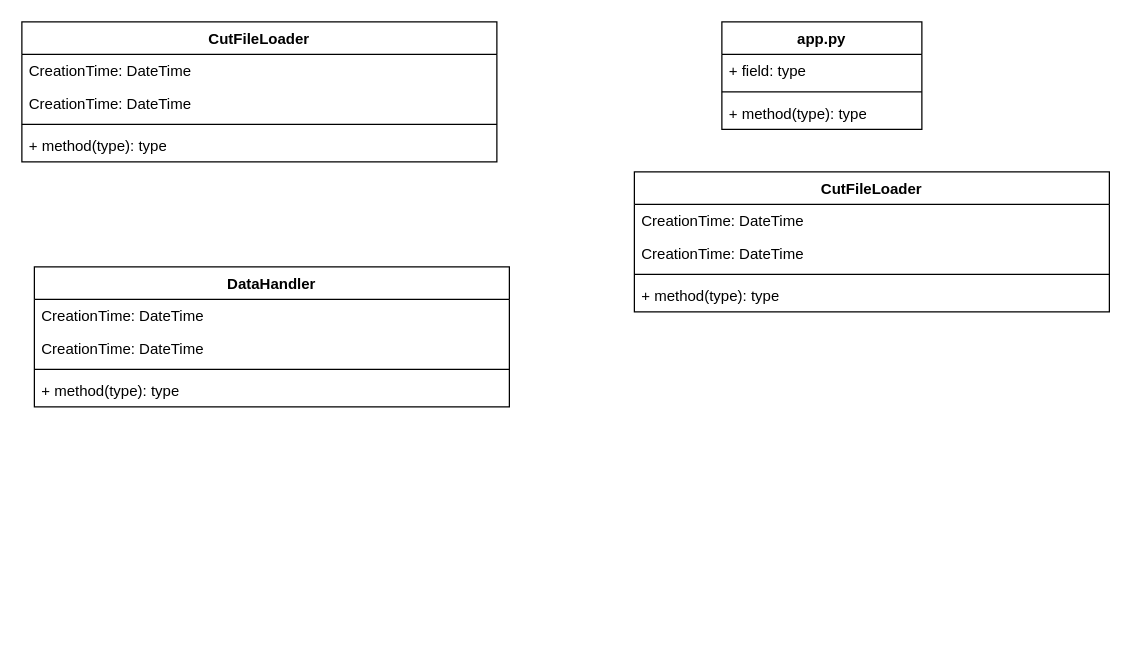
YaolinGe/OD keeps this draw.io diagram as page "TemperatureDashApp" (1 of 2) of design/architecture.drawio. Above is the earlier version. Source tidied: cells renumbered, new cells numbered last; positions are measured from the earlier drawing's top-left corner, leaving out a move shared by most shapes. Both pictures are drawn from the tidied source at 125%, with x=0, y=0 at pixel (21, 21).
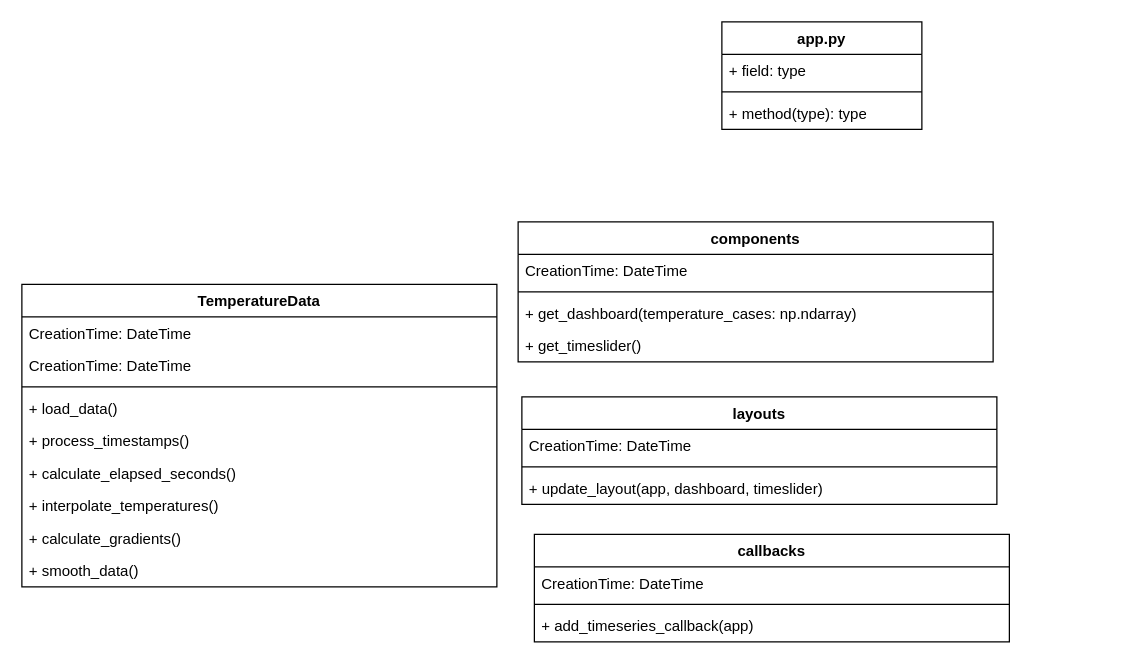
The same page after the edit.

What changed in the source:
```diff
@@
-    <mxCell id="2" value="CutFileLoader&lt;br&gt;" style="swimlane;fontStyle=1;align=center;verticalAlign=top;horizontal=1;startSize=26;whiteSpace=wrap;html=1;" parent="1" vertex="1">
-      <mxGeometry width="380" height="112" as="geometry" />
+    <mxCell id="2" value="callbacks" style="swimlane;fontStyle=1;align=center;verticalAlign=top;horizontal=1;startSize=26;whiteSpace=wrap;html=1;" parent="1" vertex="1">
+      <mxGeometry x="410" y="410" width="380" height="86" as="geometry" />
     </mxCell>
@@
-    <mxCell id="4" value="CreationTime: DateTime" style="text;strokeColor=none;fillColor=none;align=left;verticalAlign=top;spacingLeft=4;spacingRight=4;overflow=hidden;whiteSpace=wrap;html=1;" parent="2" vertex="1">
-      <mxGeometry y="52" width="380" height="26" as="geometry" />
-    </mxCell>
     <mxCell id="5" style="line;strokeWidth=1;fillColor=none;align=left;verticalAlign=middle;spacingTop=-1;spacingLeft=3;spacingRight=3;labelPosition=right;strokeColor=inherit;" parent="2" vertex="1">
-      <mxGeometry y="78" width="380" height="8" as="geometry" />
+      <mxGeometry y="52" width="380" height="8" as="geometry" />
     </mxCell>
-    <mxCell id="6" value="+ method(type): type" style="text;strokeColor=none;fillColor=none;align=left;verticalAlign=top;spacingLeft=4;spacingRight=4;overflow=hidden;whiteSpace=wrap;html=1;" parent="2" vertex="1">
-      <mxGeometry y="86" width="380" height="26" as="geometry" />
+    <mxCell id="6" value="+ add_timeseries_callback(app)" style="text;strokeColor=none;fillColor=none;align=left;verticalAlign=top;spacingLeft=4;spacingRight=4;overflow=hidden;whiteSpace=wrap;html=1;" parent="2" vertex="1">
+      <mxGeometry y="60" width="380" height="26" as="geometry" />
     </mxCell>
@@
-    <mxCell id="11" value="DataHandler" style="swimlane;fontStyle=1;align=center;verticalAlign=top;horizontal=1;startSize=26;whiteSpace=wrap;html=1;" parent="1" vertex="1">
-      <mxGeometry x="10" y="196" width="380" height="112" as="geometry" />
+    <mxCell id="11" value="TemperatureData" style="swimlane;fontStyle=1;align=center;verticalAlign=top;horizontal=1;startSize=26;whiteSpace=wrap;html=1;" parent="1" vertex="1">
+      <mxGeometry y="210" width="380" height="242" as="geometry" />
     </mxCell>
@@
-    <mxCell id="15" value="+ method(type): type" style="text;strokeColor=none;fillColor=none;align=left;verticalAlign=top;spacingLeft=4;spacingRight=4;overflow=hidden;whiteSpace=wrap;html=1;" parent="11" vertex="1">
+    <mxCell id="15" value="+ load_data()" style="text;strokeColor=none;fillColor=none;align=left;verticalAlign=top;spacingLeft=4;spacingRight=4;overflow=hidden;whiteSpace=wrap;html=1;" parent="11" vertex="1">
       <mxGeometry y="86" width="380" height="26" as="geometry" />
     </mxCell>
+    <mxCell id="21" value="+ process_timestamps()" style="text;strokeColor=none;fillColor=none;align=left;verticalAlign=top;spacingLeft=4;spacingRight=4;overflow=hidden;whiteSpace=wrap;html=1;" parent="11" vertex="1">
+      <mxGeometry y="112" width="380" height="26" as="geometry" />
+    </mxCell>
+    <mxCell id="22" value="+ calculate_elapsed_seconds()" style="text;strokeColor=none;fillColor=none;align=left;verticalAlign=top;spacingLeft=4;spacingRight=4;overflow=hidden;whiteSpace=wrap;html=1;" parent="11" vertex="1">
+      <mxGeometry y="138" width="380" height="26" as="geometry" />
+    </mxCell>
+    <mxCell id="23" value="+ interpolate_temperatures()" style="text;strokeColor=none;fillColor=none;align=left;verticalAlign=top;spacingLeft=4;spacingRight=4;overflow=hidden;whiteSpace=wrap;html=1;" parent="11" vertex="1">
+      <mxGeometry y="164" width="380" height="26" as="geometry" />
+    </mxCell>
+    <mxCell id="24" value="+ calculate_gradients()" style="text;strokeColor=none;fillColor=none;align=left;verticalAlign=top;spacingLeft=4;spacingRight=4;overflow=hidden;whiteSpace=wrap;html=1;" parent="11" vertex="1">
+      <mxGeometry y="190" width="380" height="26" as="geometry" />
+    </mxCell>
+    <mxCell id="25" value="+ smooth_data()" style="text;strokeColor=none;fillColor=none;align=left;verticalAlign=top;spacingLeft=4;spacingRight=4;overflow=hidden;whiteSpace=wrap;html=1;" parent="11" vertex="1">
+      <mxGeometry y="216" width="380" height="26" as="geometry" />
+    </mxCell>
-    <mxCell id="16" value="CutFileLoader&lt;br&gt;" style="swimlane;fontStyle=1;align=center;verticalAlign=top;horizontal=1;startSize=26;whiteSpace=wrap;html=1;" parent="1" vertex="1">
-      <mxGeometry x="490" y="120" width="380" height="112" as="geometry" />
+    <mxCell id="16" value="components" style="swimlane;fontStyle=1;align=center;verticalAlign=top;horizontal=1;startSize=26;whiteSpace=wrap;html=1;" parent="1" vertex="1">
+      <mxGeometry x="397" y="160" width="380" height="112" as="geometry" />
     </mxCell>
-    <mxCell id="17" value="CreationTime: DateTime" style="text;strokeColor=none;fillColor=none;align=left;verticalAlign=top;spacingLeft=4;spacingRight=4;overflow=hidden;whiteSpace=wrap;html=1;" parent="16" vertex="1">
-      <mxGeometry y="26" width="380" height="26" as="geometry" />
-    </mxCell>
     <mxCell id="18" value="CreationTime: DateTime" style="text;strokeColor=none;fillColor=none;align=left;verticalAlign=top;spacingLeft=4;spacingRight=4;overflow=hidden;whiteSpace=wrap;html=1;" parent="16" vertex="1">
-      <mxGeometry y="52" width="380" height="26" as="geometry" />
+      <mxGeometry y="26" width="380" height="26" as="geometry" />
     </mxCell>
     <mxCell id="19" style="line;strokeWidth=1;fillColor=none;align=left;verticalAlign=middle;spacingTop=-1;spacingLeft=3;spacingRight=3;labelPosition=right;strokeColor=inherit;" parent="16" vertex="1">
-      <mxGeometry y="78" width="380" height="8" as="geometry" />
+      <mxGeometry y="52" width="380" height="8" as="geometry" />
     </mxCell>
-    <mxCell id="20" value="+ method(type): type" style="text;strokeColor=none;fillColor=none;align=left;verticalAlign=top;spacingLeft=4;spacingRight=4;overflow=hidden;whiteSpace=wrap;html=1;" parent="16" vertex="1">
-      <mxGeometry y="86" width="380" height="26" as="geometry" />
+    <mxCell id="20" value="+ get_dashboard(temperature_cases: np.ndarray)" style="text;strokeColor=none;fillColor=none;align=left;verticalAlign=top;spacingLeft=4;spacingRight=4;overflow=hidden;whiteSpace=wrap;html=1;" parent="16" vertex="1">
+      <mxGeometry y="60" width="380" height="26" as="geometry" />
     </mxCell>
+    <mxCell id="26" value="+ get_timeslider()" style="text;strokeColor=none;fillColor=none;align=left;verticalAlign=top;spacingLeft=4;spacingRight=4;overflow=hidden;whiteSpace=wrap;html=1;" parent="16" vertex="1">
+      <mxGeometry y="86" width="380" height="26" as="geometry" />
+    </mxCell>
+    <mxCell id="27" value="layouts" style="swimlane;fontStyle=1;align=center;verticalAlign=top;horizontal=1;startSize=26;whiteSpace=wrap;html=1;" parent="1" vertex="1">
+      <mxGeometry x="400" y="300" width="380" height="86" as="geometry" />
+    </mxCell>
+    <mxCell id="17" value="CreationTime: DateTime" style="text;strokeColor=none;fillColor=none;align=left;verticalAlign=top;spacingLeft=4;spacingRight=4;overflow=hidden;whiteSpace=wrap;html=1;" parent="27" vertex="1">
+      <mxGeometry y="26" width="380" height="26" as="geometry" />
+    </mxCell>
+    <mxCell id="28" style="line;strokeWidth=1;fillColor=none;align=left;verticalAlign=middle;spacingTop=-1;spacingLeft=3;spacingRight=3;labelPosition=right;strokeColor=inherit;" parent="27" vertex="1">
+      <mxGeometry y="52" width="380" height="8" as="geometry" />
+    </mxCell>
+    <mxCell id="29" value="+ update_layout(app, dashboard, timeslider)" style="text;strokeColor=none;fillColor=none;align=left;verticalAlign=top;spacingLeft=4;spacingRight=4;overflow=hidden;whiteSpace=wrap;html=1;" parent="27" vertex="1">
+      <mxGeometry y="60" width="380" height="26" as="geometry" />
+    </mxCell>
```
